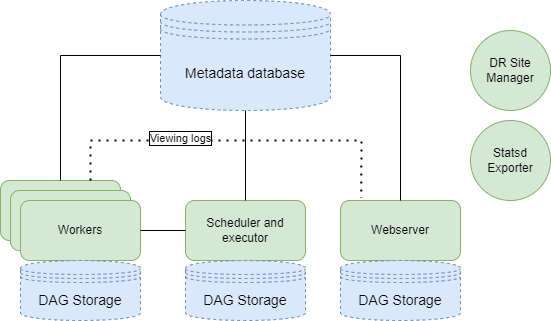
Above: docs/public/images/airflow_hl_overview.drawio.png in Netcracker/qubership-airflow (draw.io), before the change. Source tidied: cells renumbered, new cells last; positions are measured from the earlier drawing's top-left corner, leaving out a move shared by most shapes.
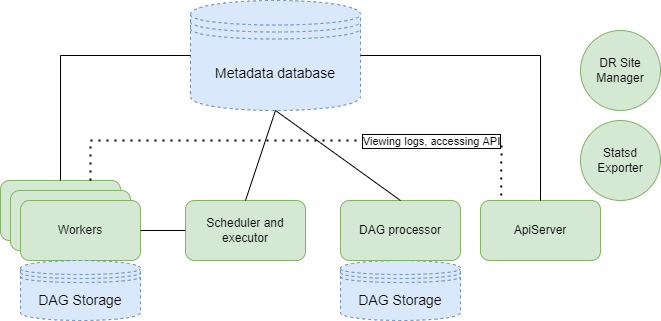
The same diagram one commit later.

The edit, as a diff of the source:
```diff
@@ -3,32 +3,29 @@
     <mxCell id="0" />
     <mxCell id="1" parent="0" />
     <mxCell id="2" value="Scheduler and executor" style="rounded=1;whiteSpace=wrap;html=1;fillColor=#d5e8d4;strokeColor=#82b366;" parent="1" vertex="1">
-      <mxGeometry x="185" y="200" width="120" height="60" as="geometry" />
+      <mxGeometry x="155" y="200" width="120" height="60" as="geometry" />
     </mxCell>
-    <mxCell id="3" value="Webserver" style="rounded=1;whiteSpace=wrap;html=1;fillColor=#d5e8d4;strokeColor=#82b366;" parent="1" vertex="1">
-      <mxGeometry x="340" y="200" width="120" height="60" as="geometry" />
+    <mxCell id="3" value="ApiServer" style="rounded=1;whiteSpace=wrap;html=1;fillColor=#d5e8d4;strokeColor=#82b366;" parent="1" vertex="1">
+      <mxGeometry x="450" y="200" width="120" height="60" as="geometry" />
     </mxCell>
     <mxCell id="4" style="rounded=1;whiteSpace=wrap;html=1;fillColor=#d5e8d4;strokeColor=#82b366;" parent="1" vertex="1">
-      <mxGeometry y="180" width="120" height="60" as="geometry" />
+      <mxGeometry x="-30" y="180" width="120" height="60" as="geometry" />
     </mxCell>
     <mxCell id="5" style="rounded=1;whiteSpace=wrap;html=1;fillColor=#d5e8d4;strokeColor=#82b366;" parent="1" vertex="1">
-      <mxGeometry x="10" y="190" width="120" height="60" as="geometry" />
+      <mxGeometry x="-20" y="190" width="120" height="60" as="geometry" />
     </mxCell>
     <mxCell id="6" value="Workers" style="rounded=1;whiteSpace=wrap;html=1;fillColor=#d5e8d4;strokeColor=#82b366;" parent="1" vertex="1">
-      <mxGeometry x="20" y="200" width="120" height="60" as="geometry" />
+      <mxGeometry x="-10" y="200" width="120" height="60" as="geometry" />
     </mxCell>
     <mxCell id="7" value="Metadata database" style="shape=datastore;whiteSpace=wrap;html=1;shadow=0;dashed=1;fontSize=14;fillColor=#dae8fc;strokeColor=#6c8ebf;" parent="1" vertex="1">
       <mxGeometry x="160" width="170" height="110" as="geometry" />
     </mxCell>
     <mxCell id="8" value="DAG Storage" style="shape=datastore;whiteSpace=wrap;html=1;shadow=0;dashed=1;fontSize=14;fillColor=#dae8fc;strokeColor=#6c8ebf;" parent="1" vertex="1">
-      <mxGeometry x="20" y="260" width="120" height="60" as="geometry" />
+      <mxGeometry x="-10" y="260" width="120" height="60" as="geometry" />
     </mxCell>
     <mxCell id="9" value="DAG Storage" style="shape=datastore;whiteSpace=wrap;html=1;shadow=0;dashed=1;fontSize=14;fillColor=#dae8fc;strokeColor=#6c8ebf;" parent="1" vertex="1">
-      <mxGeometry x="185" y="260" width="120" height="60" as="geometry" />
+      <mxGeometry x="310" y="260" width="120" height="60" as="geometry" />
     </mxCell>
-    <mxCell id="10" value="DAG Storage" style="shape=datastore;whiteSpace=wrap;html=1;shadow=0;dashed=1;fontSize=14;fillColor=#dae8fc;strokeColor=#6c8ebf;" parent="1" vertex="1">
-      <mxGeometry x="340" y="260" width="120" height="60" as="geometry" />
-    </mxCell>
     <mxCell id="11" style="endArrow=none;html=1;rounded=0;exitX=1;exitY=0.5;exitDx=0;exitDy=0;entryX=0;entryY=0.5;entryDx=0;entryDy=0;" parent="1" edge="1" source="6" target="2">
       <mxGeometry relative="1" as="geometry" />
     </mxCell>
@@ -38,33 +35,41 @@
     <mxCell id="13" style="endArrow=none;html=1;rounded=0;exitX=0.5;exitY=0;exitDx=0;exitDy=0;entryX=1;entryY=0.5;entryDx=0;entryDy=0;" parent="1" edge="1" source="3" target="7">
       <mxGeometry relative="1" as="geometry">
         <Array as="points">
-          <mxPoint x="400" y="55" />
+          <mxPoint x="510" y="55" />
         </Array>
       </mxGeometry>
     </mxCell>
     <mxCell id="14" style="endArrow=none;html=1;rounded=0;exitX=0;exitY=0.5;exitDx=0;exitDy=0;entryX=0.5;entryY=0;entryDx=0;entryDy=0;" parent="1" edge="1" source="7" target="4">
       <mxGeometry relative="1" as="geometry">
         <Array as="points">
-          <mxPoint x="60" y="55" />
+          <mxPoint x="30" y="55" />
         </Array>
       </mxGeometry>
     </mxCell>
     <mxCell id="15" value="DR Site Manager" style="ellipse;whiteSpace=wrap;html=1;fillColor=#d5e8d4;strokeColor=#82b366;" parent="1" vertex="1">
-      <mxGeometry x="470" y="30" width="80" height="80" as="geometry" />
+      <mxGeometry x="550" y="30" width="80" height="80" as="geometry" />
     </mxCell>
     <mxCell id="16" value="Statsd Exporter" style="ellipse;whiteSpace=wrap;html=1;fillColor=#d5e8d4;strokeColor=#82b366;" parent="1" vertex="1">
-      <mxGeometry x="470" y="120" width="80" height="80" as="geometry" />
+      <mxGeometry x="550" y="120" width="80" height="80" as="geometry" />
     </mxCell>
     <mxCell id="17" style="endArrow=none;dashed=1;html=1;dashPattern=1 3;strokeWidth=2;rounded=0;exitX=0.75;exitY=0;exitDx=0;exitDy=0;entryX=0.172;entryY=-0.04;entryDx=0;entryDy=0;entryPerimeter=0;" parent="1" edge="1" source="4" target="3">
       <mxGeometry relative="1" as="geometry">
         <Array as="points">
-          <mxPoint x="90" y="140" />
-          <mxPoint x="361" y="140" />
+          <mxPoint x="60" y="140" />
+          <mxPoint x="471" y="140" />
         </Array>
       </mxGeometry>
     </mxCell>
-    <mxCell id="18" value="Viewing logs" style="edgeLabel;html=1;align=center;verticalAlign=middle;labelBorderColor=default;" parent="17" vertex="1">
-      <mxGeometry x="-0.3" y="3" relative="1" as="geometry" />
+    <mxCell id="18" value="Viewing logs, accessing API" style="edgeLabel;html=1;align=center;verticalAlign=middle;labelBorderColor=default;" parent="17" vertex="1">
+      <mxGeometry x="-0.3" y="3" relative="1" as="geometry">
+        <mxPoint x="202" y="3" as="offset" />
+      </mxGeometry>
     </mxCell>
+    <mxCell id="19" value="DAG processor" style="rounded=1;whiteSpace=wrap;html=1;fillColor=#d5e8d4;strokeColor=#82b366;" parent="1" vertex="1">
+      <mxGeometry x="310" y="200" width="120" height="60" as="geometry" />
+    </mxCell>
+    <mxCell id="20" style="endArrow=none;html=1;rounded=0;entryX=0.5;entryY=0;entryDx=0;entryDy=0;exitX=0.5;exitY=1;exitDx=0;exitDy=0;" parent="1" edge="1" source="7" target="19">
+      <mxGeometry relative="1" as="geometry" />
+    </mxCell>
   </root>
 </mxGraphModel>
```
